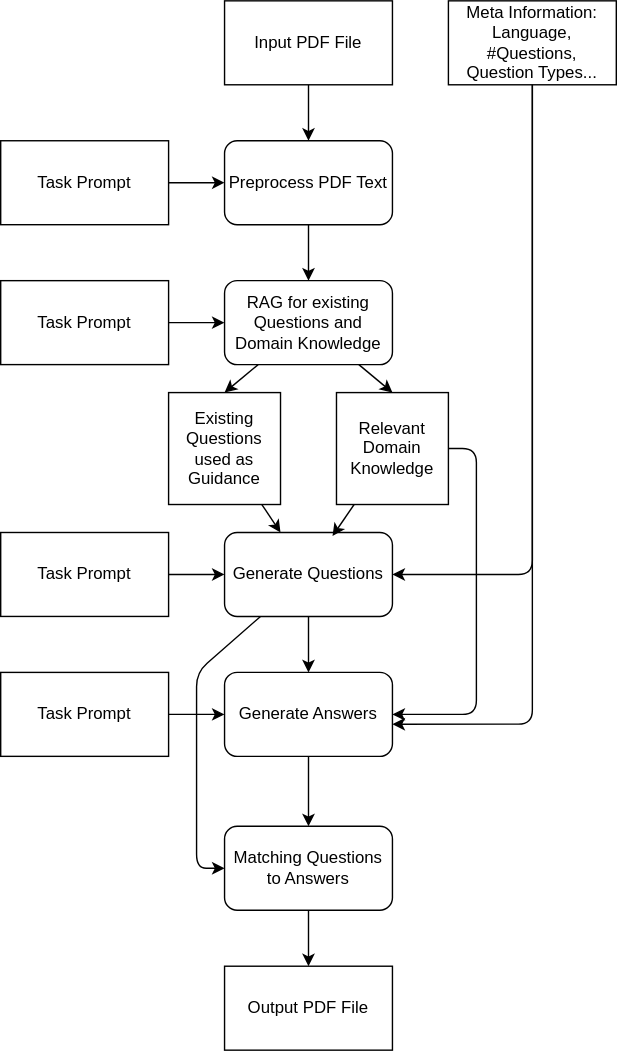
Before: img/diagram.svg, a diagram exported from draw.io (sam-k0/ExamGen). Source tidied: cells renumbered, new cells last; positions are measured from the earlier drawing's top-left corner, leaving out a move shared by most shapes.
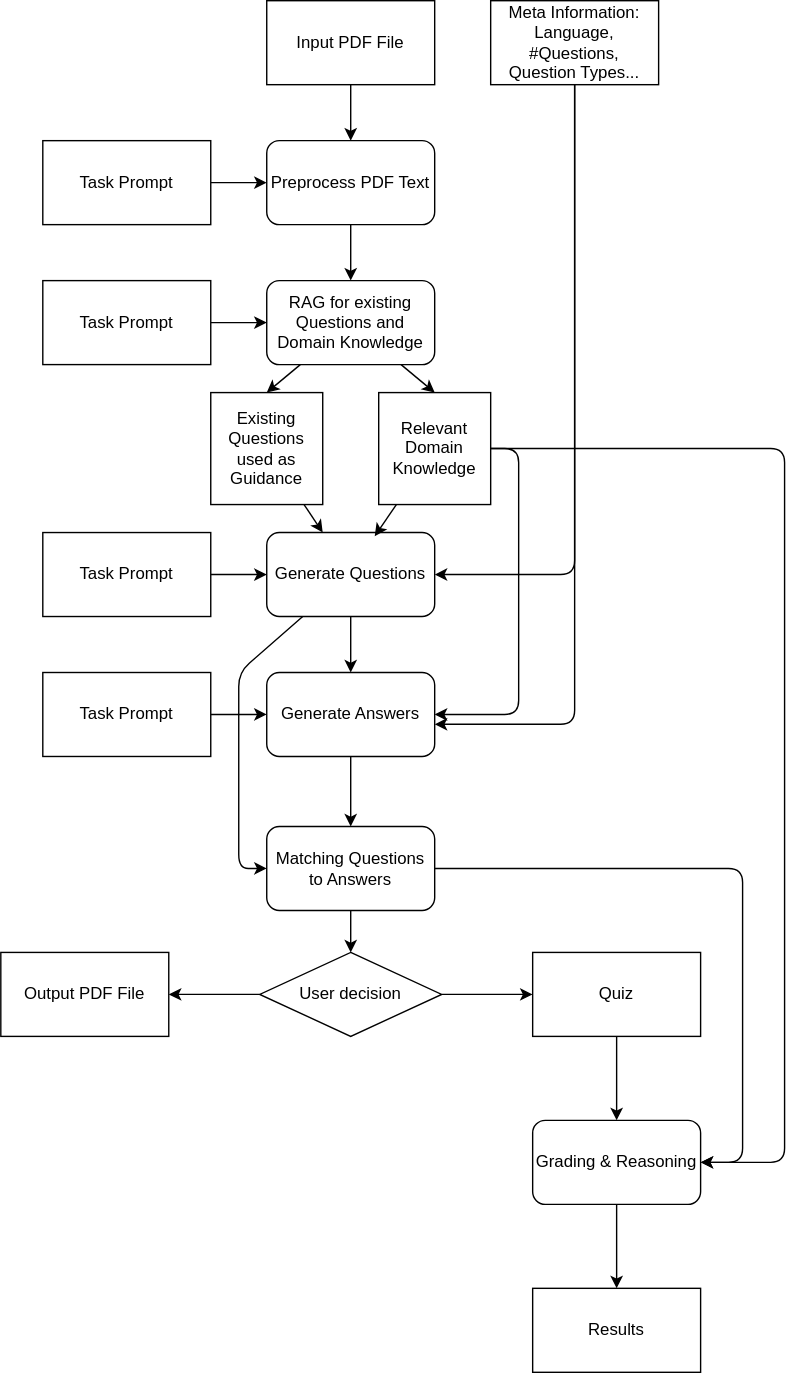
After the change.

Commit message:
show grading results

Diff of the diagram source:
```diff
@@ -94,6 +94,15 @@
     <mxCell id="27" style="edgeStyle=none;html=1;" parent="1" edge="1" source="28" target="31">
       <mxGeometry relative="1" as="geometry" />
     </mxCell>
+    <mxCell id="33" style="edgeStyle=none;html=1;entryX=1;entryY=0.5;entryDx=0;entryDy=0;exitX=1;exitY=0.5;exitDx=0;exitDy=0;" parent="1" edge="1" source="21" target="42">
+      <mxGeometry relative="1" as="geometry">
+        <Array as="points">
+          <mxPoint x="530" y="320" />
+          <mxPoint x="530" y="630" />
+          <mxPoint x="530" y="830" />
+        </Array>
+      </mxGeometry>
+    </mxCell>
     <mxCell id="28" value="Generate Answers" style="rounded=1;whiteSpace=wrap;html=1;" parent="1" vertex="1">
       <mxGeometry x="160" y="480" width="120" height="60" as="geometry" />
     </mxCell>
@@ -104,14 +113,47 @@
         </Array>
       </mxGeometry>
     </mxCell>
-    <mxCell id="30" style="edgeStyle=none;html=1;" parent="1" edge="1" source="31" target="32">
-      <mxGeometry relative="1" as="geometry" />
-    </mxCell>
+    <mxCell id="34" style="edgeStyle=none;html=1;" parent="1" edge="1" source="31" target="40">
+      <mxGeometry relative="1" as="geometry" />
+    </mxCell>
+    <mxCell id="35" style="edgeStyle=none;html=1;" parent="1" edge="1" source="31">
+      <mxGeometry relative="1" as="geometry">
+        <mxPoint x="470" y="830" as="targetPoint" />
+        <Array as="points">
+          <mxPoint x="500" y="620" />
+          <mxPoint x="500" y="830" />
+        </Array>
+      </mxGeometry>
+    </mxCell>
     <mxCell id="31" value="Matching Questions to Answers" style="rounded=1;whiteSpace=wrap;html=1;" parent="1" vertex="1">
       <mxGeometry x="160" y="590" width="120" height="60" as="geometry" />
     </mxCell>
     <mxCell id="32" value="Output PDF File" style="rounded=0;whiteSpace=wrap;html=1;" parent="1" vertex="1">
-      <mxGeometry x="160" y="690" width="120" height="60" as="geometry" />
+      <mxGeometry x="-30" y="680" width="120" height="60" as="geometry" />
     </mxCell>
+    <mxCell id="36" style="edgeStyle=none;html=1;entryX=0.5;entryY=0;entryDx=0;entryDy=0;" parent="1" edge="1" source="37" target="42">
+      <mxGeometry relative="1" as="geometry" />
+    </mxCell>
+    <mxCell id="37" value="Quiz" style="rounded=0;whiteSpace=wrap;html=1;" parent="1" vertex="1">
+      <mxGeometry x="350" y="680" width="120" height="60" as="geometry" />
+    </mxCell>
+    <mxCell id="38" style="edgeStyle=none;html=1;entryX=0;entryY=0.5;entryDx=0;entryDy=0;" parent="1" edge="1" source="40" target="37">
+      <mxGeometry relative="1" as="geometry" />
+    </mxCell>
+    <mxCell id="39" style="edgeStyle=none;html=1;entryX=1;entryY=0.5;entryDx=0;entryDy=0;" parent="1" edge="1" source="40" target="32">
+      <mxGeometry relative="1" as="geometry" />
+    </mxCell>
+    <mxCell id="40" value="User decision" style="rhombus;whiteSpace=wrap;html=1;" parent="1" vertex="1">
+      <mxGeometry x="155" y="680" width="130" height="60" as="geometry" />
+    </mxCell>
+    <mxCell id="41" style="edgeStyle=none;html=1;entryX=0.5;entryY=0;entryDx=0;entryDy=0;" parent="1" edge="1" source="42" target="43">
+      <mxGeometry relative="1" as="geometry" />
+    </mxCell>
+    <mxCell id="42" value="Grading &amp;amp; Reasoning" style="rounded=1;whiteSpace=wrap;html=1;" parent="1" vertex="1">
+      <mxGeometry x="350" y="800" width="120" height="60" as="geometry" />
+    </mxCell>
+    <mxCell id="43" value="Results" style="rounded=0;whiteSpace=wrap;html=1;" parent="1" vertex="1">
+      <mxGeometry x="350" y="920" width="120" height="60" as="geometry" />
+    </mxCell>
   </root>
 </mxGraphModel>
```
